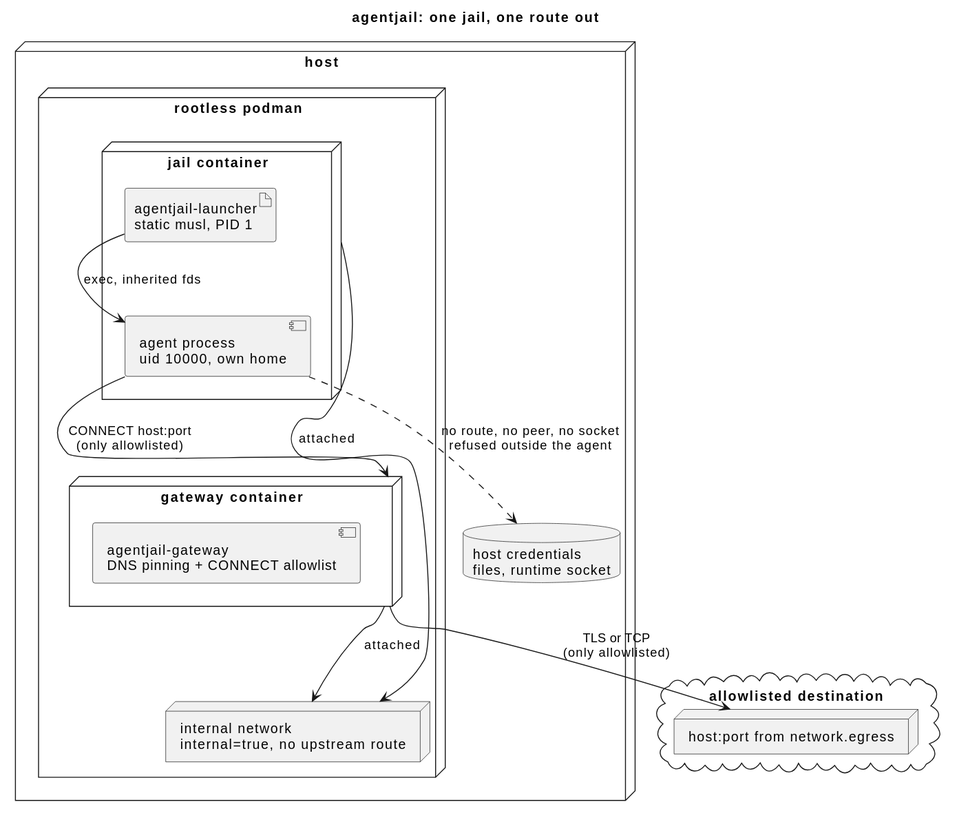
This is docs/diagrams/deployment.svg from Breinich/agentjail, a PlantUML export, as it was before one commit.
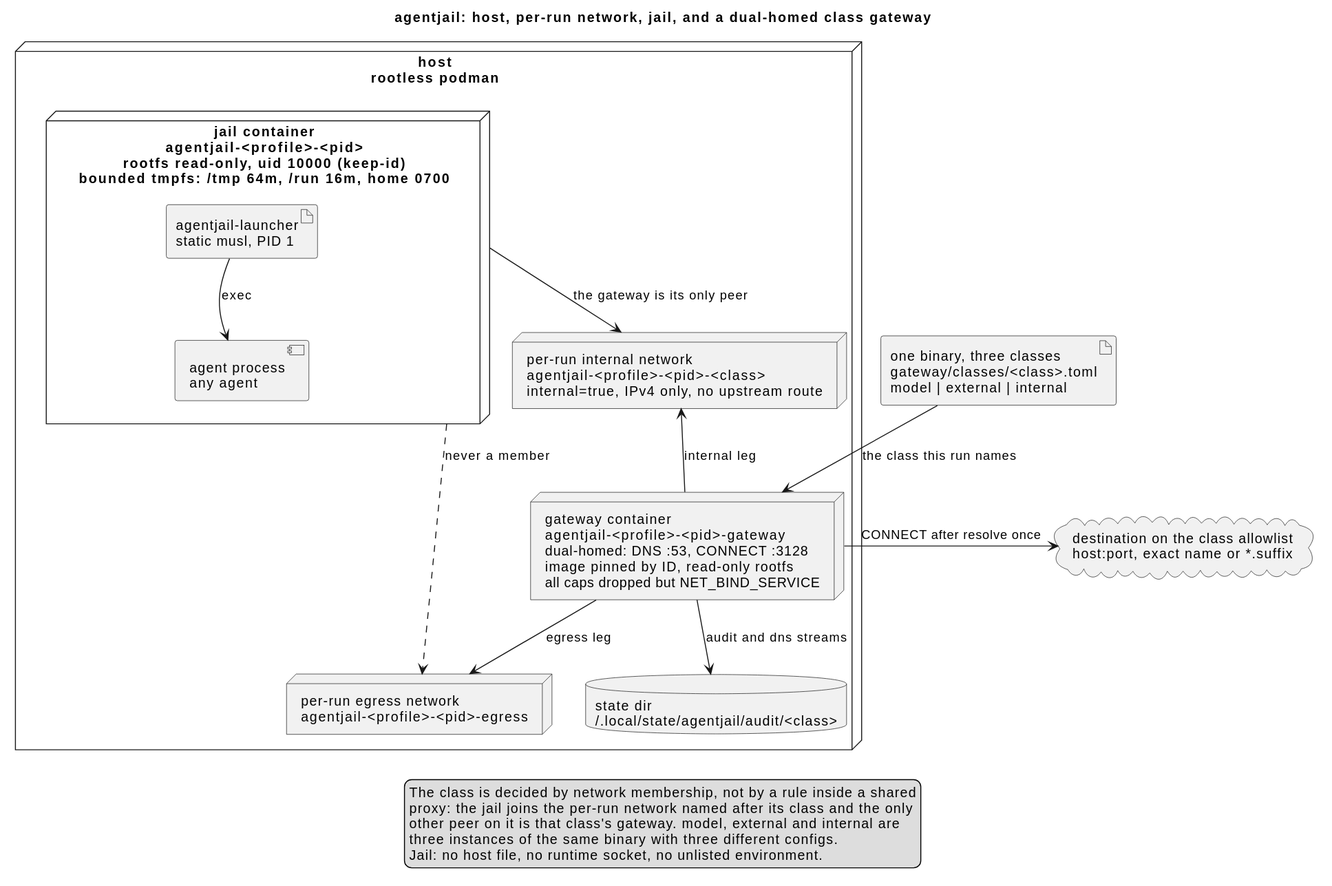
After the change.

Commit message:
diagrams: redraw the deployment, run path, grant, audit and selftest (#19)

The edit, as a diff of the source:
```diff
@@ -1,31 +1,38 @@
 @startuml
-title agentjail: one jail, one route out
+title agentjail: host, per-run network, jail, and a dual-homed class gateway
 
-node "host" as host {
-  node "rootless podman" as runtime {
-    node "jail container" as jail {
-      artifact "agentjail-launcher\nstatic musl, PID 1" as launcher
-      component "agent process\nuid 10000, own home" as agent
-      launcher --> agent : exec, inherited fds
-    }
-
-    node "gateway container" as gateway {
-      component "agentjail-gateway\nDNS pinning + CONNECT allowlist" as proxy
-    }
-
-    node "internal network\ninternal=true, no upstream route" as net
-    jail --> net : attached
-    gateway --> net : attached
+node "host\nrootless podman" as host {
+  node "jail container\nagentjail-<profile>-<pid>\nrootfs read-only, uid 10000 (keep-id)\nbounded tmpfs: /tmp 64m, /run 16m, home 0700" as jail {
+    artifact "agentjail-launcher\nstatic musl, PID 1" as launcher
+    component "agent process\nany agent" as agent
   }
 
-  database "host credentials\nfiles, runtime socket" as secrets
+  node "per-run internal network\nagentjail-<profile>-<pid>-<class>\ninternal=true, IPv4 only, no upstream route" as internal
+
+  node "gateway container\nagentjail-<profile>-<pid>-gateway\ndual-homed: DNS :53, CONNECT :3128\nimage pinned by ID, read-only rootfs\nall caps dropped but NET_BIND_SERVICE" as gateway
+
+  node "per-run egress network\nagentjail-<profile>-<pid>-egress" as egress
+
+  database "state dir\n~/.local/state/agentjail/audit/<class>" as state
 }
 
-cloud "allowlisted destination" as zone {
-  node "host:port from network.egress" as endpoint
-}
+artifact "one binary, three classes\ngateway/classes/<class>.toml\nmodel | external | internal" as classcfg
+cloud "destination on the class allowlist\nhost:port, exact name or *.suffix" as destination
 
-agent --> gateway : CONNECT host:port\n(only allowlisted)
-gateway --> endpoint : TLS or TCP\n(only allowlisted)
-agent ..> secrets : no route, no peer, no socket\nrefused outside the agent
+launcher --> agent : exec
+jail -down-> internal : the gateway is its only peer
+gateway -up-> internal : internal leg
+gateway -down-> egress : egress leg
+gateway -down-> state : audit and dns streams
+gateway -right-> destination : CONNECT after resolve once
+classcfg -down-> gateway : the class this run names
+jail ..> egress : never a member
+
+legend bottom
+  The class is decided by network membership, not by a rule inside a shared
+  proxy: the jail joins the per-run network named after its class and the only
+  other peer on it is that class's gateway. model, external and internal are
+  three instances of the same binary with three different configs.
+  Jail: no host file, no runtime socket, no unlisted environment.
+endlegend
 @enduml
```
